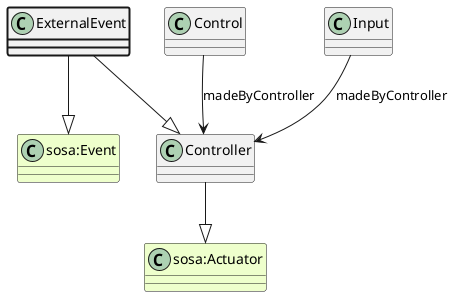
Before: ttl_uml/ttl_appn_ExternalEvent.png, a diagram exported from PlantUML (aus-plant-phenomics-network/appn-schema).
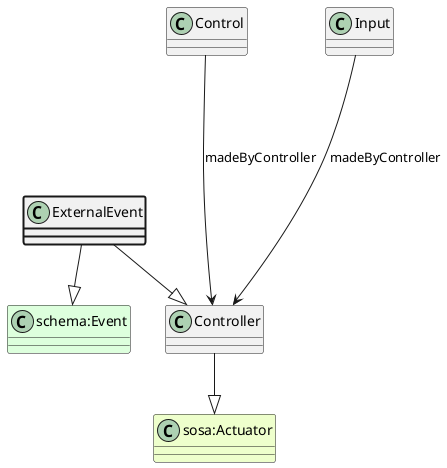
The same file after the commit.

The edit, as a diff of the source:
```diff
@@ -4,10 +4,10 @@
 class "sosa:Actuator" #EEFFCC
 Controller --|> "sosa:Actuator"
 class Control
-Control --> Controller : madeByController
+Control ----> Controller : madeByController
 class Input
-Input --> Controller : madeByController
+Input ----> Controller : madeByController
 ExternalEvent --|> Controller
-class "sosa:Event" #EEFFCC
-ExternalEvent --|> "sosa:Event"
+class "schema:Event" #DDFFDD
+ExternalEvent --|> "schema:Event"
 @enduml
```
